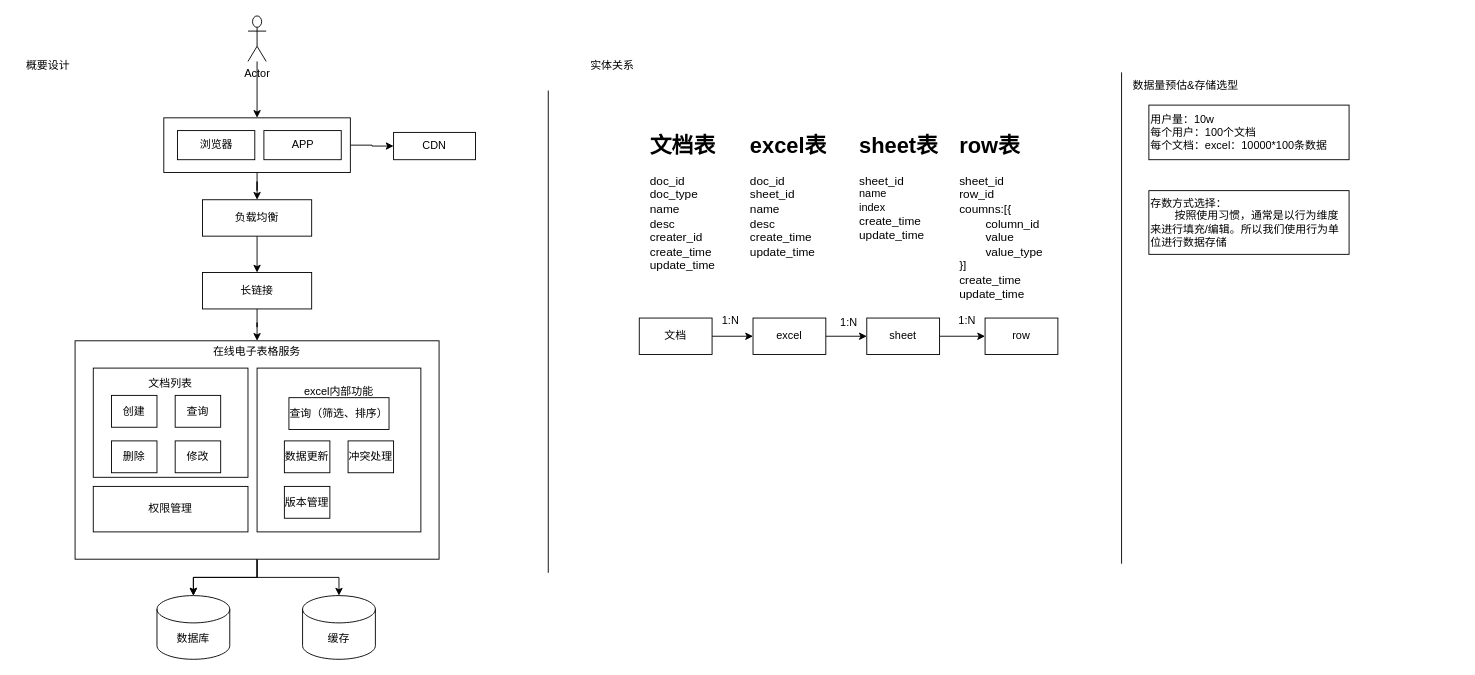
The draw.io diagram 在线电子表格系统设计.drawio in ShayneL/my-drawio, before the edit. Source tidied: cells renumbered, new cells numbered last; positions are measured from the earlier drawing's top-left corner, leaving out a move shared by most shapes. Both pictures are drawn from the tidied source at 91%, with x=0, y=0 at pixel (15, 15).
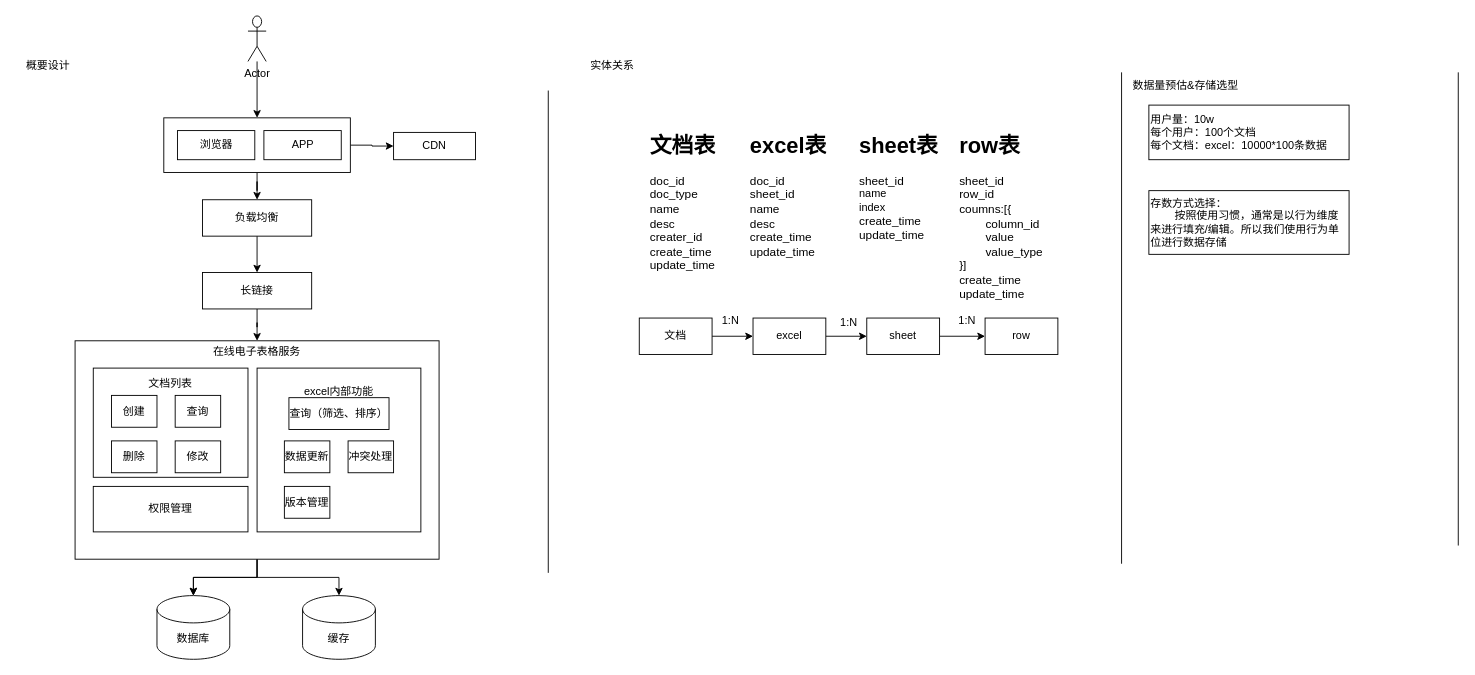
The same page after the edit.

Commit message (it also covers changes not shown here):
更新在线电子表格系统设计.drawio

Diff of the diagram source:
```diff
@@
+    <mxCell id="52" style="endArrow=none;html=1;rounded=0;" parent="1" edge="1">
+      <mxGeometry relative="1" as="geometry">
+        <mxPoint x="1585" y="582" as="sourcePoint" />
+        <mxPoint x="1585" y="62" as="targetPoint" />
+      </mxGeometry>
+    </mxCell>
```
